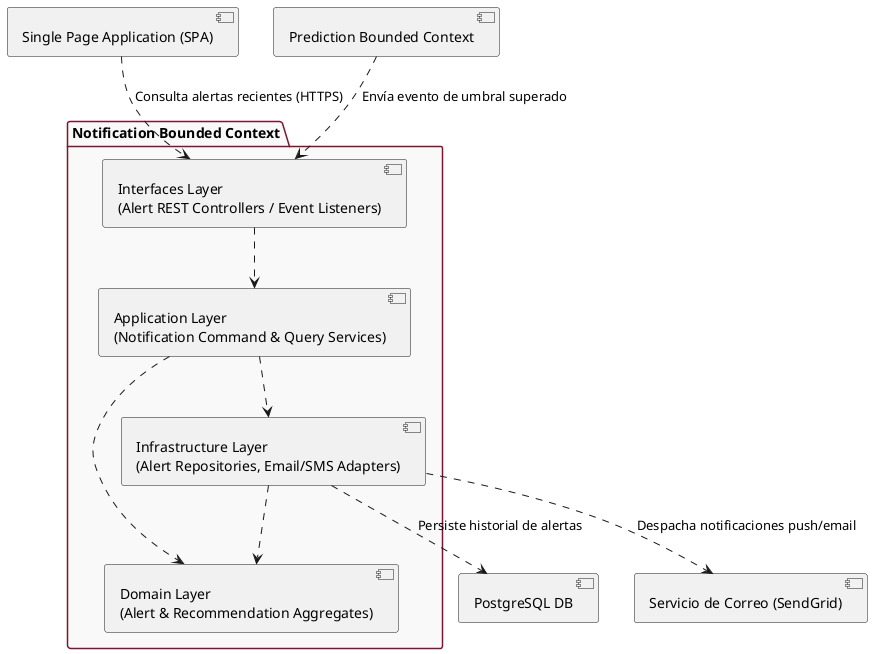
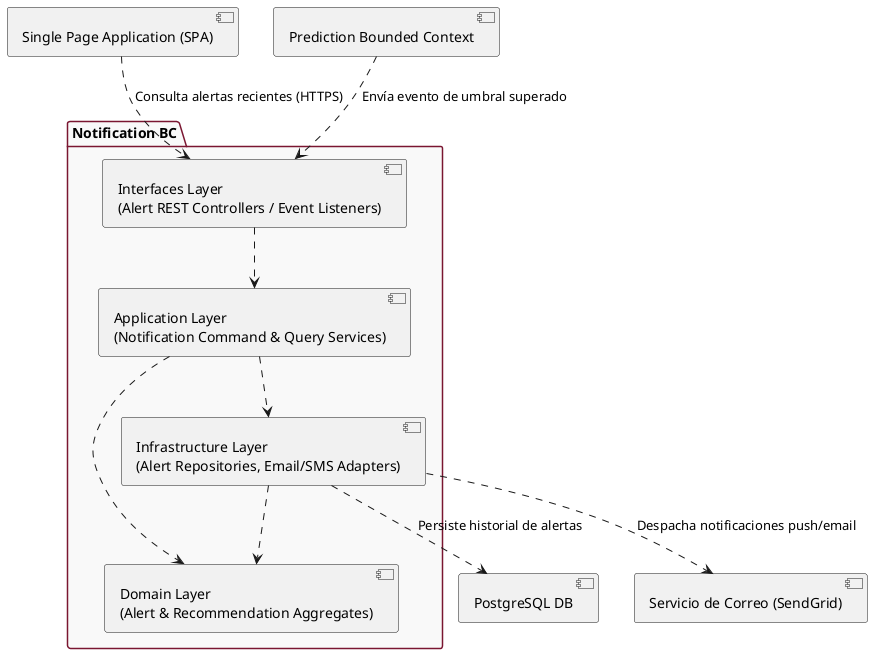
- @startuml "Capas - Notification Context"
+ @startuml "Capas - Notification BC"
skinparam componentStyle uml2
skinparam package {
  BackgroundColor #F9F9F9
  BorderColor #7A1631
}


- package "Notification Bounded Context" {
+ package "Notification BC" {

  component [Domain Layer\n(Alert & Recommendation Aggregates)] as Domain

  component [Application Layer\n(Notification Command & Query Services)] as Application

  component [Interfaces Layer\n(Alert REST Controllers / Event Listeners)] as Interfaces

  component [Infrastructure Layer\n(Alert Repositories, Email/SMS Adapters)] as Infra

  Interfaces ..> Application
  Application ..> Domain
  Application ..> Infra
  Infra ..> Domain
}

- ' Relaciones externas del módulo
[Single Page Application (SPA)] ..> Interfaces : "Consulta alertas recientes (HTTPS)"
[Prediction Bounded Context] ..> Interfaces : "Envía evento de umbral superado"
Infra ..> [PostgreSQL DB] : "Persiste historial de alertas"
Infra ..> [Servicio de Correo (SendGrid)] : "Despacha notificaciones push/email"
+ 
+ @enduml
